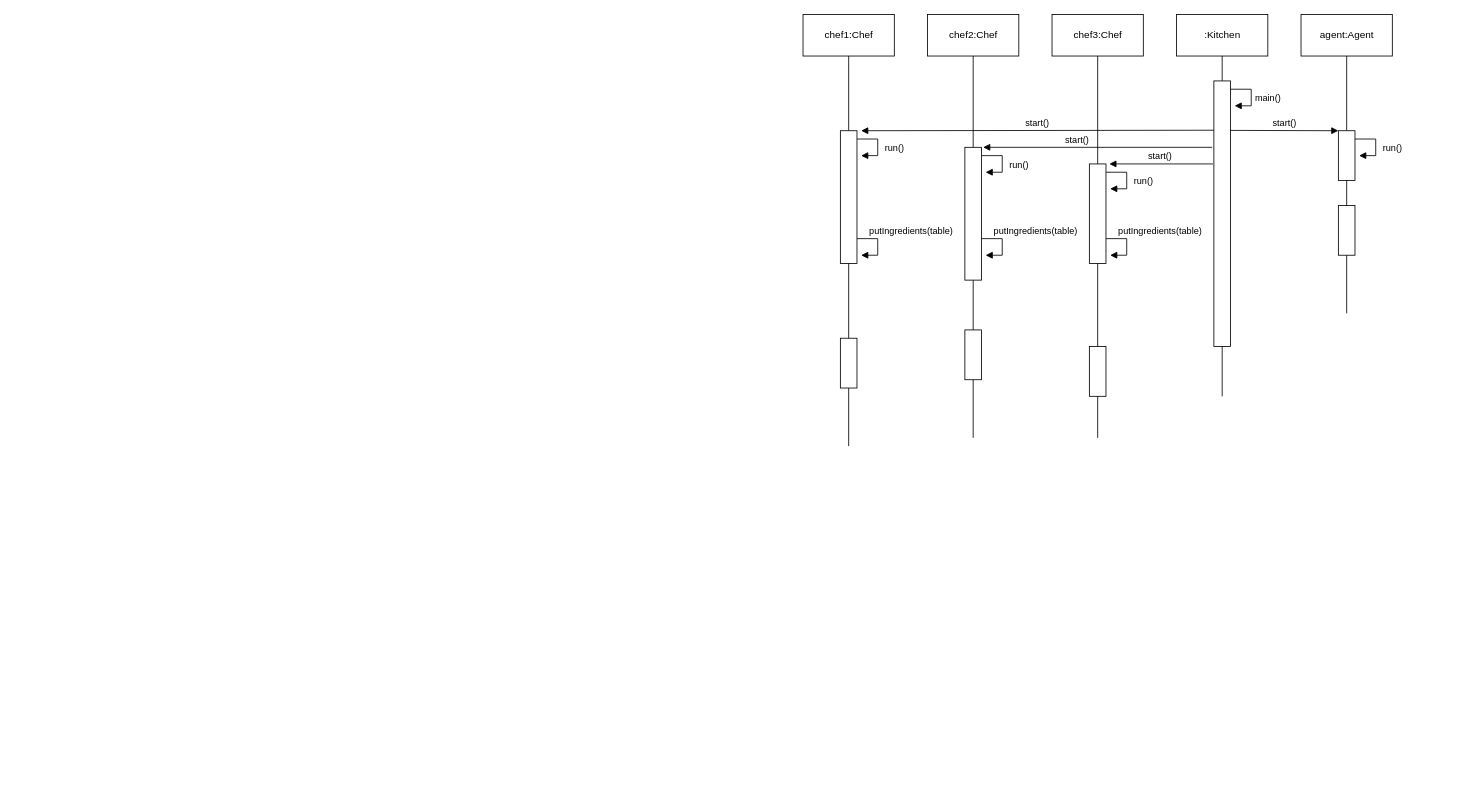
This is page "sequence-UML" (2 of 2) of UML.drawio from trong0dn/sandwich-problem, a draw.io file, before an edit. Source tidied: cells renumbered, new cells numbered last; positions are measured from the earlier drawing's top-left corner, leaving out a move shared by most shapes. Both pictures are drawn from the tidied source at 83%, with x=0, y=0 at pixel (803, 14).
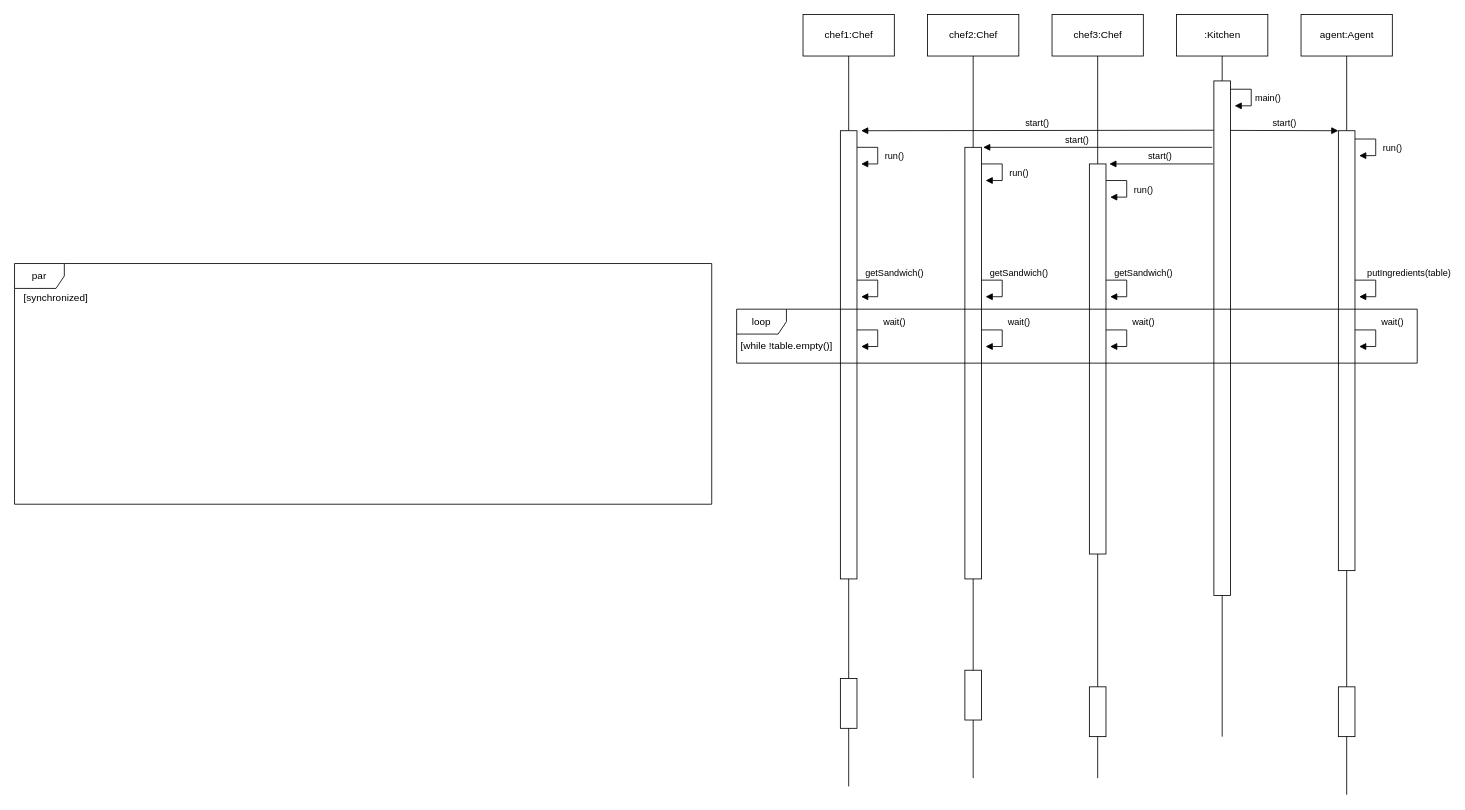
The same diagram, later.

Diff of the diagram source:
```diff
@@
     <mxCell id="4" style="rounded=0;whiteSpace=wrap;html=1;" parent="1" vertex="1">
-      <mxGeometry x="645" y="140" width="20" height="60" as="geometry" />
+      <mxGeometry x="645" y="140" width="20" height="530" as="geometry" />
     </mxCell>
     <mxCell id="5" style="rounded=0;whiteSpace=wrap;html=1;" parent="1" vertex="1">
-      <mxGeometry x="645" y="230" width="20" height="60" as="geometry" />
+      <mxGeometry x="645" y="810" width="20" height="60" as="geometry" />
     </mxCell>
@@
     <mxCell id="7" style="endArrow=none;html=1;rounded=0;" parent="1" edge="1" target="5">
       <mxGeometry relative="1" as="geometry">
-        <mxPoint x="655" y="360" as="sourcePoint" />
+        <mxPoint x="655" y="940" as="sourcePoint" />
       </mxGeometry>
     </mxCell>
@@
     <mxCell id="10" style="rounded=0;whiteSpace=wrap;html=1;" parent="1" vertex="1">
-      <mxGeometry x="45" y="140" width="20" height="160" as="geometry" />
+      <mxGeometry x="45" y="140" width="20" height="540" as="geometry" />
     </mxCell>
     <mxCell id="11" style="rounded=0;whiteSpace=wrap;html=1;" parent="1" vertex="1">
-      <mxGeometry x="45" y="390" width="20" height="60" as="geometry" />
+      <mxGeometry x="45" y="800" width="20" height="60" as="geometry" />
     </mxCell>
@@
     <mxCell id="13" style="endArrow=none;html=1;rounded=0;" parent="1" edge="1" target="11">
       <mxGeometry relative="1" as="geometry">
-        <mxPoint x="55" y="520" as="sourcePoint" />
+        <mxPoint x="55" y="930" as="sourcePoint" />
       </mxGeometry>
     </mxCell>
@@
     <mxCell id="16" style="rounded=0;whiteSpace=wrap;html=1;" parent="1" vertex="1">
-      <mxGeometry x="195" y="160" width="20" height="160" as="geometry" />
+      <mxGeometry x="195" y="160" width="20" height="520" as="geometry" />
     </mxCell>
     <mxCell id="17" style="rounded=0;whiteSpace=wrap;html=1;" parent="1" vertex="1">
-      <mxGeometry x="195" y="380" width="20" height="60" as="geometry" />
+      <mxGeometry x="195" y="790" width="20" height="60" as="geometry" />
     </mxCell>
@@
     <mxCell id="19" style="endArrow=none;html=1;rounded=0;" parent="1" edge="1" target="17">
       <mxGeometry relative="1" as="geometry">
-        <mxPoint x="205" y="510" as="sourcePoint" />
+        <mxPoint x="205" y="920" as="sourcePoint" />
       </mxGeometry>
     </mxCell>
@@
     <mxCell id="22" style="rounded=0;whiteSpace=wrap;html=1;" parent="1" vertex="1">
-      <mxGeometry x="345" y="180" width="20" height="120" as="geometry" />
+      <mxGeometry x="345" y="180" width="20" height="470" as="geometry" />
     </mxCell>
     <mxCell id="23" style="rounded=0;whiteSpace=wrap;html=1;" parent="1" vertex="1">
-      <mxGeometry x="345" y="400" width="20" height="60" as="geometry" />
+      <mxGeometry x="345" y="810" width="20" height="60" as="geometry" />
     </mxCell>
@@
     <mxCell id="25" style="endArrow=none;html=1;rounded=0;" parent="1" edge="1" target="23">
       <mxGeometry relative="1" as="geometry">
-        <mxPoint x="355" y="510" as="sourcePoint" />
+        <mxPoint x="355" y="920" as="sourcePoint" />
       </mxGeometry>
     </mxCell>
@@
     <mxCell id="28" style="rounded=0;whiteSpace=wrap;html=1;" parent="1" vertex="1">
-      <mxGeometry x="495" y="80" width="20" height="320" as="geometry" />
+      <mxGeometry x="495" y="80" width="20" height="620" as="geometry" />
     </mxCell>
     <mxCell id="29" style="endArrow=none;html=1;rounded=0;" parent="1" edge="1" target="28">
       <mxGeometry relative="1" as="geometry">
-        <mxPoint x="505" y="460" as="sourcePoint" />
+        <mxPoint x="505" y="870" as="sourcePoint" />
       </mxGeometry>
     </mxCell>
@@
     <mxCell id="36" value="run()" style="html=1;verticalAlign=bottom;endArrow=block;rounded=0;" parent="1" edge="1">
       <mxGeometry x="0.38" y="-20" relative="1" as="geometry">
-        <mxPoint x="365" y="190" as="sourcePoint" />
-        <mxPoint x="370" y="210" as="targetPoint" />
+        <mxPoint x="365" y="200" as="sourcePoint" />
+        <mxPoint x="370" y="220" as="targetPoint" />
         <Array as="points">
-          <mxPoint x="390" y="190" />
-          <mxPoint x="390" y="210" />
+          <mxPoint x="390" y="200" />
+          <mxPoint x="390" y="220" />
         </Array>
         <mxPoint x="20" y="20" as="offset" />
       </mxGeometry>
     </mxCell>
     <mxCell id="37" value="run()" style="html=1;verticalAlign=bottom;endArrow=block;rounded=0;" parent="1" edge="1">
       <mxGeometry x="0.38" y="-20" relative="1" as="geometry">
-        <mxPoint x="215" y="170" as="sourcePoint" />
-        <mxPoint x="220" y="190" as="targetPoint" />
+        <mxPoint x="215" y="180" as="sourcePoint" />
+        <mxPoint x="220" y="200" as="targetPoint" />
         <Array as="points">
-          <mxPoint x="240" y="170" />
-          <mxPoint x="240" y="190" />
+          <mxPoint x="240" y="180" />
+          <mxPoint x="240" y="200" />
         </Array>
         <mxPoint x="20" y="20" as="offset" />
       </mxGeometry>
     </mxCell>
     <mxCell id="38" value="run()" style="html=1;verticalAlign=bottom;endArrow=block;rounded=0;" parent="1" edge="1">
       <mxGeometry x="0.38" y="-20" relative="1" as="geometry">
-        <mxPoint x="65" y="150" as="sourcePoint" />
-        <mxPoint x="70" y="170" as="targetPoint" />
+        <mxPoint x="65" y="160" as="sourcePoint" />
+        <mxPoint x="70" y="180" as="targetPoint" />
         <Array as="points">
-          <mxPoint x="90" y="150" />
-          <mxPoint x="90" y="170" />
+          <mxPoint x="90" y="160" />
+          <mxPoint x="90" y="180" />
         </Array>
         <mxPoint x="20" y="20" as="offset" />
       </mxGeometry>
     </mxCell>
-    <mxCell id="39" value="putIngredients(table)" style="html=1;verticalAlign=bottom;endArrow=block;rounded=0;" parent="1" edge="1">
-      <mxGeometry x="-0.23" y="40" relative="1" as="geometry">
-        <mxPoint x="65" y="270" as="sourcePoint" />
-        <mxPoint x="70" y="290" as="targetPoint" />
+    <mxCell id="39" value="getSandwich()" style="html=1;verticalAlign=bottom;endArrow=block;rounded=0;" parent="1" edge="1">
+      <mxGeometry x="-0.23" y="20" relative="1" as="geometry">
+        <mxPoint x="65" y="320" as="sourcePoint" />
+        <mxPoint x="70" y="340" as="targetPoint" />
         <Array as="points">
-          <mxPoint x="90" y="270" />
-          <mxPoint x="90" y="290" />
+          <mxPoint x="90" y="320" />
+          <mxPoint x="90" y="340" />
         </Array>
       </mxGeometry>
     </mxCell>
-    <mxCell id="40" value="putIngredients(table)" style="html=1;verticalAlign=bottom;endArrow=block;rounded=0;" parent="1" edge="1">
-      <mxGeometry x="-0.23" y="40" relative="1" as="geometry">
-        <mxPoint x="215" y="270" as="sourcePoint" />
-        <mxPoint x="220" y="290" as="targetPoint" />
-        <Array as="points">
-          <mxPoint x="240" y="270" />
-          <mxPoint x="240" y="290" />
-        </Array>
-      </mxGeometry>
-    </mxCell>
     <mxCell id="41" value="putIngredients(table)" style="html=1;verticalAlign=bottom;endArrow=block;rounded=0;fontStyle=0;" parent="1" edge="1">
       <mxGeometry x="-0.23" y="40" relative="1" as="geometry">
-        <mxPoint x="365" y="270" as="sourcePoint" />
-        <mxPoint x="370" y="290" as="targetPoint" />
+        <mxPoint x="665" y="320" as="sourcePoint" />
+        <mxPoint x="670" y="340" as="targetPoint" />
         <Array as="points">
-          <mxPoint x="390" y="270" />
-          <mxPoint x="390" y="290" />
+          <mxPoint x="690" y="320" />
+          <mxPoint x="690" y="340" />
         </Array>
       </mxGeometry>
     </mxCell>
+    <mxCell id="42" value="getSandwich()" style="html=1;verticalAlign=bottom;endArrow=block;rounded=0;" parent="1" edge="1">
+      <mxGeometry x="-0.23" y="20" relative="1" as="geometry">
+        <mxPoint x="215" y="320" as="sourcePoint" />
+        <mxPoint x="220" y="340" as="targetPoint" />
+        <Array as="points">
+          <mxPoint x="240" y="320" />
+          <mxPoint x="240" y="340" />
+        </Array>
+      </mxGeometry>
+    </mxCell>
+    <mxCell id="43" value="getSandwich()" style="html=1;verticalAlign=bottom;endArrow=block;rounded=0;" parent="1" edge="1">
+      <mxGeometry x="-0.23" y="20" relative="1" as="geometry">
+        <mxPoint x="365" y="320" as="sourcePoint" />
+        <mxPoint x="370" y="340" as="targetPoint" />
+        <Array as="points">
+          <mxPoint x="390" y="320" />
+          <mxPoint x="390" y="340" />
+        </Array>
+      </mxGeometry>
+    </mxCell>
+    <mxCell id="44" style="group;" parent="1" vertex="1">
+      <mxGeometry x="-950" y="300" width="840" height="290" as="geometry" />
+    </mxCell>
+    <mxCell id="45" value="par" style="shape=umlFrame;whiteSpace=wrap;html=1;" parent="44" vertex="1">
+      <mxGeometry width="840" height="290" as="geometry" />
+    </mxCell>
+    <mxCell id="46" value="[synchronized]" style="text;html=1;strokeColor=none;fillColor=none;align=center;verticalAlign=middle;whiteSpace=wrap;rounded=0;" parent="44" vertex="1">
+      <mxGeometry x="20" y="30" width="60" height="23.3" as="geometry" />
+    </mxCell>
+    <mxCell id="47" value="wait()" style="html=1;verticalAlign=bottom;endArrow=block;rounded=0;" parent="1" edge="1">
+      <mxGeometry x="-0.23" y="20" relative="1" as="geometry">
+        <mxPoint x="65" y="380" as="sourcePoint" />
+        <mxPoint x="70" y="400" as="targetPoint" />
+        <Array as="points">
+          <mxPoint x="90" y="380" />
+          <mxPoint x="90" y="400" />
+        </Array>
+      </mxGeometry>
+    </mxCell>
+    <mxCell id="48" value="wait()" style="html=1;verticalAlign=bottom;endArrow=block;rounded=0;" parent="1" edge="1">
+      <mxGeometry x="-0.23" y="20" relative="1" as="geometry">
+        <mxPoint x="215" y="380" as="sourcePoint" />
+        <mxPoint x="220" y="400" as="targetPoint" />
+        <Array as="points">
+          <mxPoint x="240" y="380" />
+          <mxPoint x="240" y="400" />
+        </Array>
+      </mxGeometry>
+    </mxCell>
+    <mxCell id="49" value="wait()" style="html=1;verticalAlign=bottom;endArrow=block;rounded=0;" parent="1" edge="1">
+      <mxGeometry x="-0.23" y="20" relative="1" as="geometry">
+        <mxPoint x="365" y="380" as="sourcePoint" />
+        <mxPoint x="370" y="400" as="targetPoint" />
+        <Array as="points">
+          <mxPoint x="390" y="380" />
+          <mxPoint x="390" y="400" />
+        </Array>
+      </mxGeometry>
+    </mxCell>
+    <mxCell id="50" value="wait()" style="html=1;verticalAlign=bottom;endArrow=block;rounded=0;" parent="1" edge="1">
+      <mxGeometry x="-0.23" y="20" relative="1" as="geometry">
+        <mxPoint x="665" y="380" as="sourcePoint" />
+        <mxPoint x="670" y="400" as="targetPoint" />
+        <Array as="points">
+          <mxPoint x="690" y="380" />
+          <mxPoint x="690" y="400" />
+        </Array>
+      </mxGeometry>
+    </mxCell>
+    <mxCell id="51" style="group;" parent="1" vertex="1">
+      <mxGeometry x="-50" y="355" width="790" height="65" as="geometry" />
+    </mxCell>
+    <mxCell id="52" value="loop" style="shape=umlFrame;whiteSpace=wrap;html=1;" parent="51" vertex="1">
+      <mxGeometry x="-30" width="820" height="65" as="geometry" />
+    </mxCell>
+    <mxCell id="53" value="[while !table.empty()]" style="text;html=1;strokeColor=none;fillColor=none;align=center;verticalAlign=middle;whiteSpace=wrap;rounded=0;" parent="51" vertex="1">
+      <mxGeometry x="-30" y="35" width="121.2" height="20.2" as="geometry" />
+    </mxCell>
```
